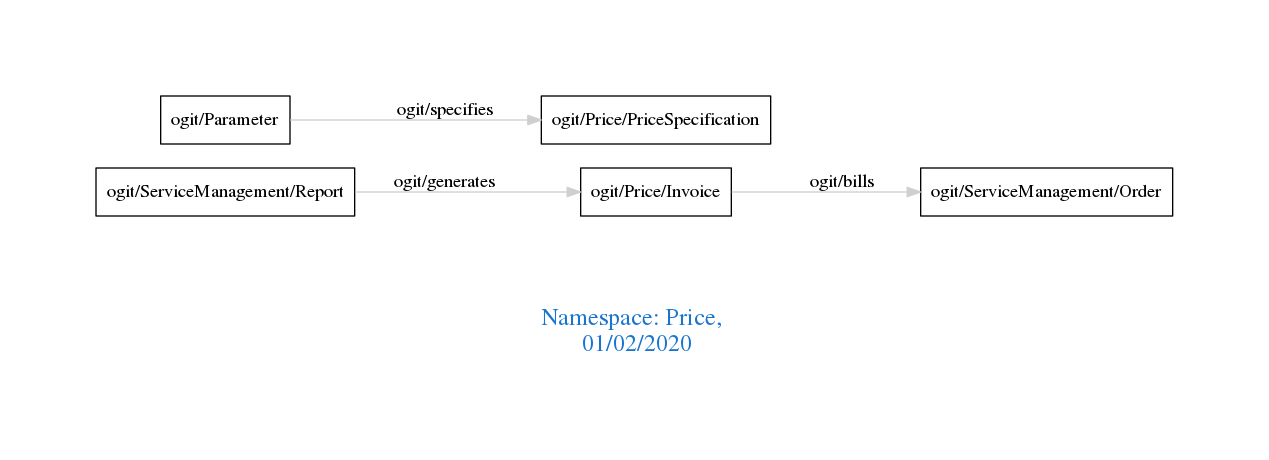
Earlier version of the Graphviz export downloads/Price.png (arago/OGIT). Its source is kept beside it as downloads/Price.dot. The source it was exported from:
```dot
digraph OGIT_ontology {
 graph [ rankdir= LR,pad=1
fontsize = 18,
fontcolor= dodgerblue3,label = "\n\n\nNamespace: Price, \n 01/02/2020"];
node[shape=polygon];
edge [  color="gray81"];

   "ogit/Price/Invoice" -> "ogit/ServiceManagement/Order" [label="   ogit/bills    "];
   "ogit/ServiceManagement/Report" -> "ogit/Price/Invoice" [label="   ogit/generates    "];
   "ogit/Parameter" -> "ogit/Price/PriceSpecification" [label="   ogit/specifies    "];
}
```
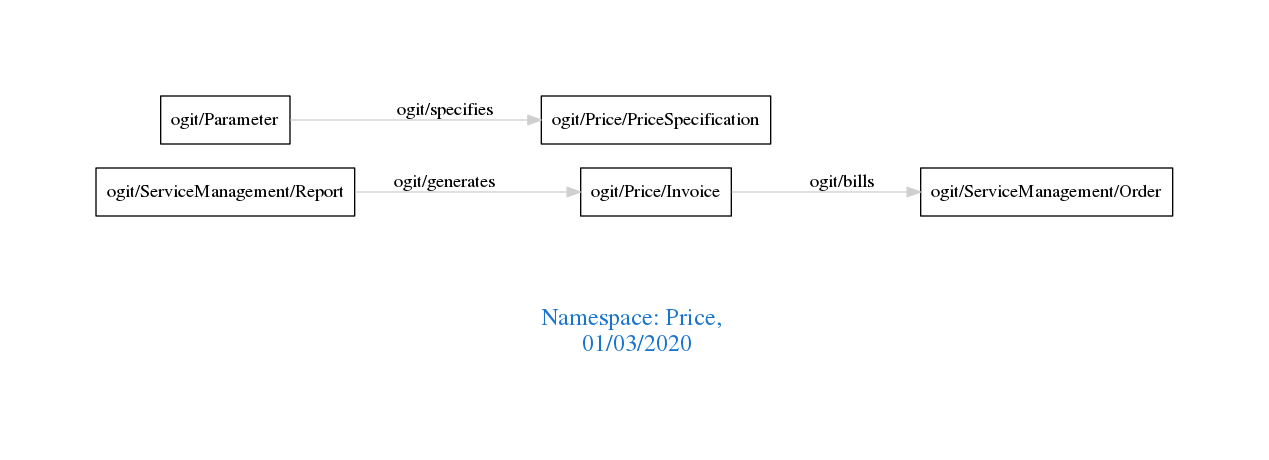
After the change.

What changed in the source:
```diff
@@ -1,7 +1,7 @@
 digraph OGIT_ontology {
  graph [ rankdir= LR,pad=1
 fontsize = 18,
-fontcolor= dodgerblue3,label = "\n\n\nNamespace: Price, \n 01/02/2020"];
+fontcolor= dodgerblue3,label = "\n\n\nNamespace: Price, \n 01/03/2020"];
 node[shape=polygon];
 edge [  color="gray81"];
 
```
